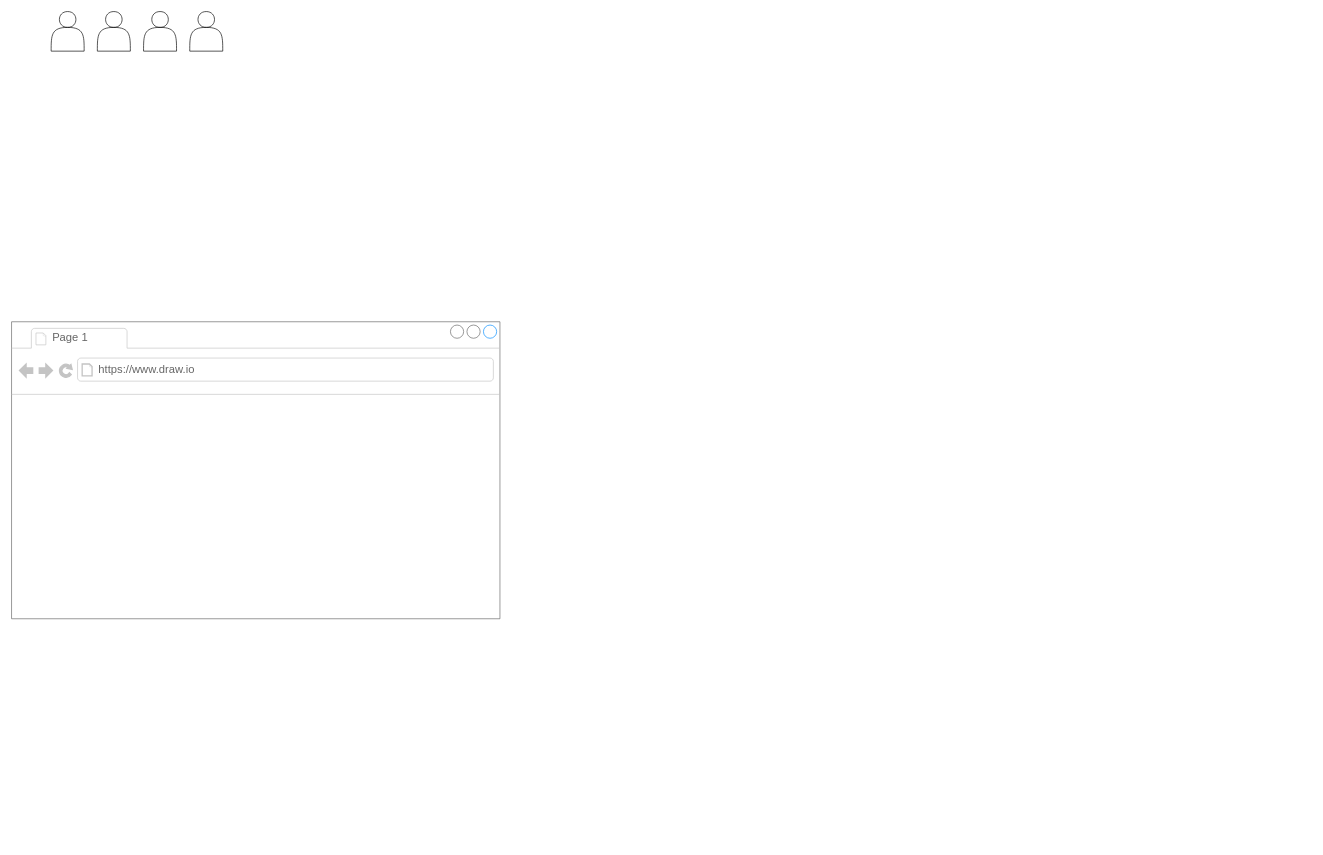
This is Диаграмма без названия.drawio from SoloLeveling2005/Hello-world, a draw.io file, before an edit. Source tidied: cells renumbered, new cells numbered last; positions are measured from the earlier drawing's top-left corner, leaving out a move shared by most shapes. Both pictures are drawn from the tidied source at 66%, with x=0, y=0 at pixel (11, 11).
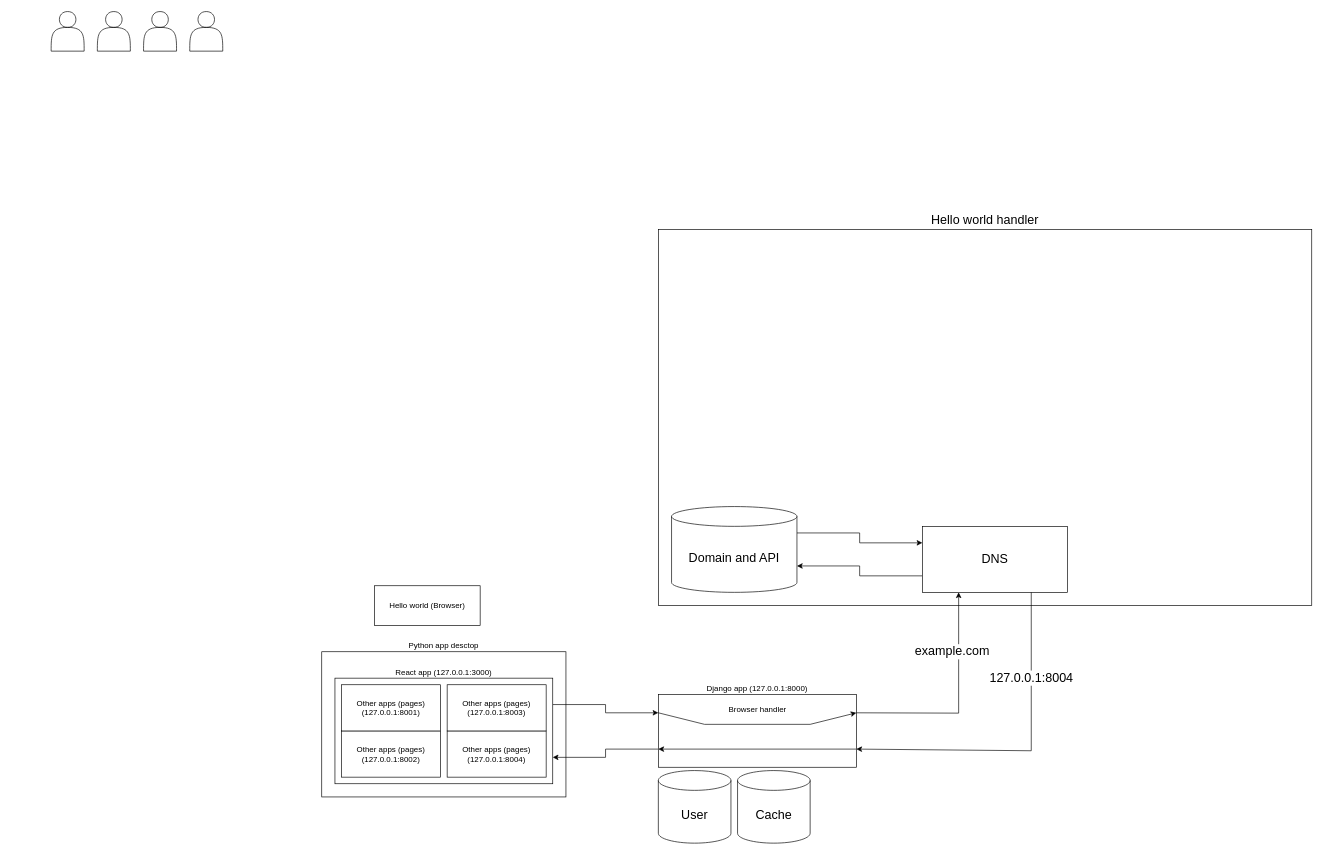
The same page after the edit.

Change to the diagram source:
```diff
@@
-    <mxCell id="6" value="&lt;span style=&quot;white-space: pre;&quot;&gt;&#9;&lt;/span&gt;" style="strokeWidth=1;shadow=0;dashed=0;align=center;html=1;shape=mxgraph.mockup.containers.browserWindow;rSize=0;strokeColor=#666666;strokeColor2=#008cff;strokeColor3=#c4c4c4;mainText=,;sketch=0;" parent="1" vertex="1">
-      <mxGeometry y="470" width="740" height="450" as="geometry" />
-    </mxCell>
-    <mxCell id="7" value="Page 1" style="strokeWidth=1;shadow=0;dashed=0;align=center;html=1;shape=mxgraph.mockup.containers.anchor;fontSize=17;fontColor=#666666;align=left;sketch=0;" parent="6" vertex="1">
-      <mxGeometry x="60" y="12" width="110" height="26" as="geometry" />
-    </mxCell>
-    <mxCell id="8" value="https://www.draw.io" style="strokeWidth=1;shadow=0;dashed=0;align=center;html=1;shape=mxgraph.mockup.containers.anchor;rSize=0;fontSize=17;fontColor=#666666;align=left;sketch=0;" parent="6" vertex="1">
-      <mxGeometry x="130" y="60" width="250" height="26" as="geometry" />
-    </mxCell>
+    <mxCell id="9" value="Hello world (Browser)" style="rounded=0;whiteSpace=wrap;html=1;" parent="1" vertex="1">
+      <mxGeometry x="550" y="870" width="160" height="60" as="geometry" />
+    </mxCell>
+    <mxCell id="10" value="Python app desctop" style="rounded=0;whiteSpace=wrap;html=1;align=center;horizontal=1;labelPosition=center;verticalLabelPosition=top;verticalAlign=bottom;" parent="1" vertex="1">
+      <mxGeometry x="470" y="970" width="370" height="220" as="geometry" />
+    </mxCell>
+    <mxCell id="11" style="edgeStyle=orthogonalEdgeStyle;rounded=0;jettySize=auto;html=1;exitX=1;exitY=0.25;exitDx=0;exitDy=0;entryX=0;entryY=0.25;entryDx=0;entryDy=0;" parent="1" edge="1" source="12" target="14">
+      <mxGeometry relative="1" as="geometry" />
+    </mxCell>
+    <mxCell id="12" value="React app (127.0.0.1:3000)" style="rounded=0;whiteSpace=wrap;html=1;labelPosition=center;verticalLabelPosition=top;align=center;verticalAlign=bottom;" parent="1" vertex="1">
+      <mxGeometry x="490" y="1010" width="330" height="160" as="geometry" />
+    </mxCell>
+    <mxCell id="13" style="edgeStyle=orthogonalEdgeStyle;rounded=0;jettySize=auto;html=1;exitX=0;exitY=0.75;exitDx=0;exitDy=0;entryX=1;entryY=0.75;entryDx=0;entryDy=0;" parent="1" edge="1" source="14" target="12">
+      <mxGeometry relative="1" as="geometry" />
+    </mxCell>
+    <mxCell id="14" value="Django app (127.0.0.1:8000)" style="rounded=0;whiteSpace=wrap;html=1;labelPosition=center;verticalLabelPosition=top;align=center;verticalAlign=bottom;" parent="1" vertex="1">
+      <mxGeometry x="980" y="1035" width="300" height="110" as="geometry" />
+    </mxCell>
+    <mxCell id="15" value="Browser handler" style="text;html=1;strokeColor=none;fillColor=none;align=center;verticalAlign=middle;whiteSpace=wrap;rounded=0;" parent="1" vertex="1">
+      <mxGeometry x="1077.5" y="1035" width="105" height="45" as="geometry" />
+    </mxCell>
+    <mxCell id="16" value="Other apps (pages)&lt;br&gt;(127.0.0.1:8002)" style="rounded=0;whiteSpace=wrap;html=1;labelPosition=center;verticalLabelPosition=middle;align=center;verticalAlign=middle;" parent="1" vertex="1">
+      <mxGeometry x="500" y="1090" width="150" height="70" as="geometry" />
+    </mxCell>
+    <mxCell id="17" value="Other apps (pages)&lt;br&gt;(127.0.0.1:8004)" style="rounded=0;whiteSpace=wrap;html=1;labelPosition=center;verticalLabelPosition=middle;align=center;verticalAlign=middle;" parent="1" vertex="1">
+      <mxGeometry x="660" y="1090" width="150" height="70" as="geometry" />
+    </mxCell>
+    <mxCell id="18" value="Other apps (pages)&lt;br&gt;(127.0.0.1:8001)" style="rounded=0;whiteSpace=wrap;html=1;labelPosition=center;verticalLabelPosition=middle;align=center;verticalAlign=middle;" parent="1" vertex="1">
+      <mxGeometry x="500" y="1020" width="150" height="70" as="geometry" />
+    </mxCell>
+    <mxCell id="19" value="Other apps (pages)&lt;br&gt;(127.0.0.1:8003)" style="rounded=0;whiteSpace=wrap;html=1;labelPosition=center;verticalLabelPosition=middle;align=center;verticalAlign=middle;" parent="1" vertex="1">
+      <mxGeometry x="660" y="1020" width="150" height="70" as="geometry" />
+    </mxCell>
+    <mxCell id="20" value="Hello world handler" style="rounded=0;whiteSpace=wrap;html=1;fontSize=19;labelPosition=center;verticalLabelPosition=top;align=center;verticalAlign=bottom;" parent="1" vertex="1">
+      <mxGeometry x="980" y="330" width="990" height="570" as="geometry" />
+    </mxCell>
+    <mxCell id="21" style="endArrow=classic;html=1;rounded=0;fontSize=19;exitX=0;exitY=0.25;exitDx=0;exitDy=0;entryX=1;entryY=0.25;entryDx=0;entryDy=0;" parent="1" edge="1" source="14" target="14">
+      <mxGeometry relative="1" as="geometry">
+        <Array as="points">
+          <mxPoint x="1050" y="1080" />
+          <mxPoint x="1210" y="1080" />
+        </Array>
+      </mxGeometry>
+    </mxCell>
+    <mxCell id="22" style="endArrow=classic;html=1;rounded=0;fontSize=19;entryX=0;entryY=0.75;entryDx=0;entryDy=0;exitX=1;exitY=0.75;exitDx=0;exitDy=0;" parent="1" edge="1" source="14" target="14">
+      <mxGeometry relative="1" as="geometry" />
+    </mxCell>
+    <mxCell id="23" value="User" style="shape=cylinder3;whiteSpace=wrap;html=1;boundedLbl=1;backgroundOutline=1;size=15;fontSize=19;" parent="1" vertex="1">
+      <mxGeometry x="980" y="1150" width="110" height="110" as="geometry" />
+    </mxCell>
+    <mxCell id="24" value="Cache" style="shape=cylinder3;whiteSpace=wrap;html=1;boundedLbl=1;backgroundOutline=1;size=15;fontSize=19;" parent="1" vertex="1">
+      <mxGeometry x="1100" y="1150" width="110" height="110" as="geometry" />
+    </mxCell>
+    <mxCell id="25" style="edgeStyle=orthogonalEdgeStyle;rounded=0;jettySize=auto;html=1;exitX=0;exitY=0.75;exitDx=0;exitDy=0;entryX=1;entryY=0;entryDx=0;entryDy=90;entryPerimeter=0;fontSize=19;" parent="1" edge="1" source="26" target="28">
+      <mxGeometry relative="1" as="geometry" />
+    </mxCell>
+    <mxCell id="26" value="DNS" style="rounded=0;whiteSpace=wrap;html=1;fontSize=19;" parent="1" vertex="1">
+      <mxGeometry x="1380" y="780" width="220" height="100" as="geometry" />
+    </mxCell>
+    <mxCell id="27" style="edgeStyle=orthogonalEdgeStyle;rounded=0;jettySize=auto;html=1;exitX=1;exitY=0;exitDx=0;exitDy=40;exitPerimeter=0;entryX=0;entryY=0.25;entryDx=0;entryDy=0;fontSize=19;" parent="1" edge="1" source="28" target="26">
+      <mxGeometry relative="1" as="geometry" />
+    </mxCell>
+    <mxCell id="28" value="Domain and API" style="shape=cylinder3;whiteSpace=wrap;html=1;boundedLbl=1;backgroundOutline=1;size=15;fontSize=19;" parent="1" vertex="1">
+      <mxGeometry x="1000" y="750" width="190" height="130" as="geometry" />
+    </mxCell>
+    <mxCell id="29" style="endArrow=classic;html=1;rounded=0;fontSize=19;entryX=0.25;entryY=1;entryDx=0;entryDy=0;exitX=1;exitY=0.25;exitDx=0;exitDy=0;" parent="1" edge="1" source="14" target="26">
+      <mxGeometry relative="1" as="geometry">
+        <Array as="points">
+          <mxPoint x="1435" y="1063" />
+        </Array>
+      </mxGeometry>
+    </mxCell>
+    <mxCell id="30" value="example.com" style="edgeLabel;html=1;align=center;verticalAlign=middle;fontSize=19;" parent="29" vertex="1">
+      <mxGeometry x="-0.24" relative="1" as="geometry">
+        <mxPoint x="17" y="-93" as="offset" />
+      </mxGeometry>
+    </mxCell>
+    <mxCell id="31" value="127.0.0.1:8004" style="endArrow=classic;html=1;rounded=0;fontSize=19;exitX=0.75;exitY=1;exitDx=0;exitDy=0;entryX=1;entryY=0.75;entryDx=0;entryDy=0;" parent="1" edge="1" source="26" target="14">
+      <mxGeometry x="-0.49" relative="1" as="geometry">
+        <Array as="points">
+          <mxPoint x="1545" y="1120" />
+        </Array>
+        <mxPoint y="1" as="offset" />
+      </mxGeometry>
+    </mxCell>
```
